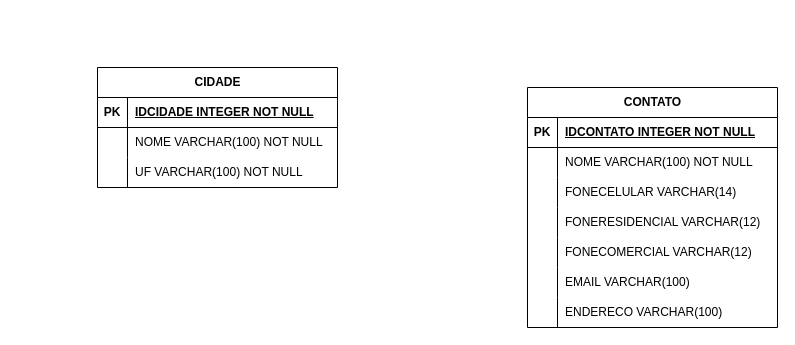
This is Diagrama sem nome.drawio from joaopaulopossamai/Banco-de-dados, a draw.io file, before an edit. Source tidied: cells renumbered, new cells numbered last; positions are measured from the earlier drawing's top-left corner, leaving out a move shared by most shapes. Both pictures are drawn from the tidied source at 100%, with x=0, y=0 at pixel (97, 67).
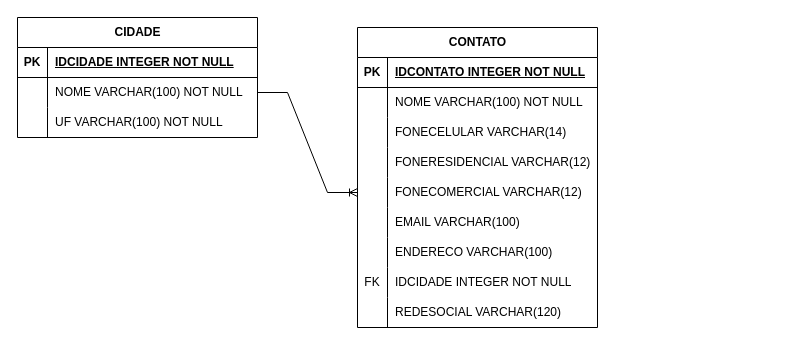
After the change.

The change refers to these unchanged cells:
```xml
<mxCell id="6" style="shape=tableRow;horizontal=0;startSize=0;swimlaneHead=0;swimlaneBody=0;fillColor=none;points=[[0,0.5],[1,0.5]];portConstraint=eastwest;top=0;left=0;right=0;bottom=0;" parent="2" vertex="1">
  <mxGeometry y="60" width="240" height="30" as="geometry" />
</mxCell>
```

The edit, as a diff of the source:
```diff
@@
     <mxCell id="2" value="CIDADE" style="shape=table;startSize=30;childLayout=tableLayout;rowLines=0;fontStyle=1;align=center;html=1;" parent="1" vertex="1">
-      <mxGeometry width="240" height="120" as="geometry" />
+      <mxGeometry x="-80" y="-50" width="240" height="120" as="geometry" />
     </mxCell>
@@
     <mxCell id="12" value="CONTATO" style="shape=table;startSize=30;childLayout=tableLayout;rowLines=0;fontStyle=1;align=center;html=1;" parent="1" vertex="1">
-      <mxGeometry x="430" y="20" width="250" height="240" as="geometry" />
+      <mxGeometry x="260" y="-40" width="240" height="300" as="geometry" />
     </mxCell>
     <mxCell id="13" style="shape=tableRow;horizontal=0;startSize=0;swimlaneHead=0;swimlaneBody=0;fillColor=none;top=0;left=0;right=0;bottom=1;" parent="12" vertex="1">
-      <mxGeometry y="30" width="250" height="30" as="geometry" />
+      <mxGeometry y="30" width="240" height="30" as="geometry" />
     </mxCell>
@@
     <mxCell id="15" value="IDCONTATO INTEGER NOT NULL" style="shape=partialRectangle;fillColor=none;top=0;left=0;bottom=0;right=0;align=left;spacingLeft=6;fontStyle=5;overflow=hidden;whiteSpace=wrap;html=1;" parent="13" vertex="1">
-      <mxGeometry x="30" width="220" height="30" as="geometry" />
+      <mxGeometry x="30" width="210" height="30" as="geometry" />
     </mxCell>
     <mxCell id="16" style="shape=tableRow;horizontal=0;startSize=0;swimlaneHead=0;swimlaneBody=0;fillColor=none;top=0;left=0;right=0;bottom=0;" parent="12" vertex="1">
-      <mxGeometry y="60" width="250" height="30" as="geometry" />
+      <mxGeometry y="60" width="240" height="30" as="geometry" />
     </mxCell>
@@
     <mxCell id="18" value="NOME VARCHAR(100) NOT NULL" style="shape=partialRectangle;fillColor=none;top=0;left=0;bottom=0;right=0;align=left;spacingLeft=6;overflow=hidden;whiteSpace=wrap;html=1;" parent="16" vertex="1">
-      <mxGeometry x="30" width="220" height="30" as="geometry" />
+      <mxGeometry x="30" width="210" height="30" as="geometry" />
     </mxCell>
     <mxCell id="19" style="shape=tableRow;horizontal=0;startSize=0;swimlaneHead=0;swimlaneBody=0;fillColor=none;top=0;left=0;right=0;bottom=0;" parent="12" vertex="1">
-      <mxGeometry y="90" width="250" height="30" as="geometry" />
+      <mxGeometry y="90" width="240" height="30" as="geometry" />
     </mxCell>
@@
     <mxCell id="21" value="FONECELULAR VARCHAR(14)&amp;nbsp;" style="shape=partialRectangle;fillColor=none;top=0;left=0;bottom=0;right=0;align=left;spacingLeft=6;overflow=hidden;whiteSpace=wrap;html=1;" parent="19" vertex="1">
-      <mxGeometry x="30" width="220" height="30" as="geometry" />
+      <mxGeometry x="30" width="210" height="30" as="geometry" />
     </mxCell>
     <mxCell id="22" style="shape=tableRow;horizontal=0;startSize=0;swimlaneHead=0;swimlaneBody=0;fillColor=none;top=0;left=0;right=0;bottom=0;" parent="12" vertex="1">
-      <mxGeometry y="120" width="250" height="30" as="geometry" />
+      <mxGeometry y="120" width="240" height="30" as="geometry" />
     </mxCell>
@@
     <mxCell id="24" value="FONERESIDENCIAL VARCHAR(12)" style="shape=partialRectangle;fillColor=none;top=0;left=0;bottom=0;right=0;align=left;spacingLeft=6;overflow=hidden;whiteSpace=wrap;html=1;" parent="22" vertex="1">
-      <mxGeometry x="30" width="220" height="30" as="geometry" />
+      <mxGeometry x="30" width="210" height="30" as="geometry" />
     </mxCell>
     <mxCell id="25" style="shape=tableRow;horizontal=0;startSize=0;swimlaneHead=0;swimlaneBody=0;fillColor=none;points=[[0,0.5],[1,0.5]];portConstraint=eastwest;top=0;left=0;right=0;bottom=0;" parent="12" vertex="1">
-      <mxGeometry y="150" width="250" height="30" as="geometry" />
+      <mxGeometry y="150" width="240" height="30" as="geometry" />
     </mxCell>
@@
     <mxCell id="27" value="FONECOMERCIAL VARCHAR(12)" style="shape=partialRectangle;fillColor=none;top=0;left=0;bottom=0;right=0;align=left;spacingLeft=6;overflow=hidden;whiteSpace=wrap;html=1;" parent="25" vertex="1">
-      <mxGeometry x="30" width="220" height="30" as="geometry" />
+      <mxGeometry x="30" width="210" height="30" as="geometry" />
     </mxCell>
     <mxCell id="28" style="shape=tableRow;horizontal=0;startSize=0;swimlaneHead=0;swimlaneBody=0;fillColor=none;top=0;left=0;right=0;bottom=0;" parent="12" vertex="1">
-      <mxGeometry y="180" width="250" height="30" as="geometry" />
+      <mxGeometry y="180" width="240" height="30" as="geometry" />
     </mxCell>
@@
     <mxCell id="30" value="EMAIL VARCHAR(100)" style="shape=partialRectangle;fillColor=none;top=0;left=0;bottom=0;right=0;align=left;spacingLeft=6;overflow=hidden;whiteSpace=wrap;html=1;" parent="28" vertex="1">
-      <mxGeometry x="30" width="220" height="30" as="geometry" />
+      <mxGeometry x="30" width="210" height="30" as="geometry" />
     </mxCell>
     <mxCell id="31" style="shape=tableRow;horizontal=0;startSize=0;swimlaneHead=0;swimlaneBody=0;fillColor=none;top=0;left=0;right=0;bottom=0;" parent="12" vertex="1">
-      <mxGeometry y="210" width="250" height="30" as="geometry" />
+      <mxGeometry y="210" width="240" height="30" as="geometry" />
     </mxCell>
@@
     <mxCell id="33" value="ENDERECO VARCHAR(100)" style="shape=partialRectangle;fillColor=none;top=0;left=0;bottom=0;right=0;align=left;spacingLeft=6;overflow=hidden;whiteSpace=wrap;html=1;" parent="31" vertex="1">
-      <mxGeometry x="30" width="220" height="30" as="geometry" />
+      <mxGeometry x="30" width="210" height="30" as="geometry" />
     </mxCell>
+    <mxCell id="34" style="shape=tableRow;horizontal=0;startSize=0;swimlaneHead=0;swimlaneBody=0;fillColor=none;top=0;left=0;right=0;bottom=0;" parent="12" vertex="1">
+      <mxGeometry y="240" width="240" height="30" as="geometry" />
+    </mxCell>
+    <mxCell id="35" value="FK" style="shape=partialRectangle;fillColor=none;top=0;left=0;bottom=0;right=0;overflow=hidden;whiteSpace=wrap;html=1;" parent="34" vertex="1">
+      <mxGeometry width="30" height="30" as="geometry" />
+    </mxCell>
+    <mxCell id="36" value="IDCIDADE INTEGER NOT NULL" style="shape=partialRectangle;fillColor=none;top=0;left=0;bottom=0;right=0;align=left;spacingLeft=6;overflow=hidden;whiteSpace=wrap;html=1;" parent="34" vertex="1">
+      <mxGeometry x="30" width="210" height="30" as="geometry" />
+    </mxCell>
+    <mxCell id="37" style="shape=tableRow;horizontal=0;startSize=0;swimlaneHead=0;swimlaneBody=0;fillColor=none;top=0;left=0;right=0;bottom=0;" parent="12" vertex="1">
+      <mxGeometry y="270" width="240" height="30" as="geometry" />
+    </mxCell>
+    <mxCell id="38" style="shape=partialRectangle;fillColor=none;top=0;left=0;bottom=0;right=0;overflow=hidden;whiteSpace=wrap;html=1;" parent="37" vertex="1">
+      <mxGeometry width="30" height="30" as="geometry" />
+    </mxCell>
+    <mxCell id="39" value="REDESOCIAL VARCHAR(120)" style="shape=partialRectangle;fillColor=none;top=0;left=0;bottom=0;right=0;align=left;spacingLeft=6;overflow=hidden;whiteSpace=wrap;html=1;" parent="37" vertex="1">
+      <mxGeometry x="30" width="210" height="30" as="geometry" />
+    </mxCell>
+    <mxCell id="40" style="edgeStyle=entityRelationEdgeStyle;fontSize=12;html=1;endArrow=ERoneToMany;rounded=0;exitX=1;exitY=0.5;exitDx=0;exitDy=0;entryX=0;entryY=0.5;entryDx=0;entryDy=0;" parent="1" edge="1" source="6" target="25">
+      <mxGeometry relative="1" as="geometry" />
+    </mxCell>
```
